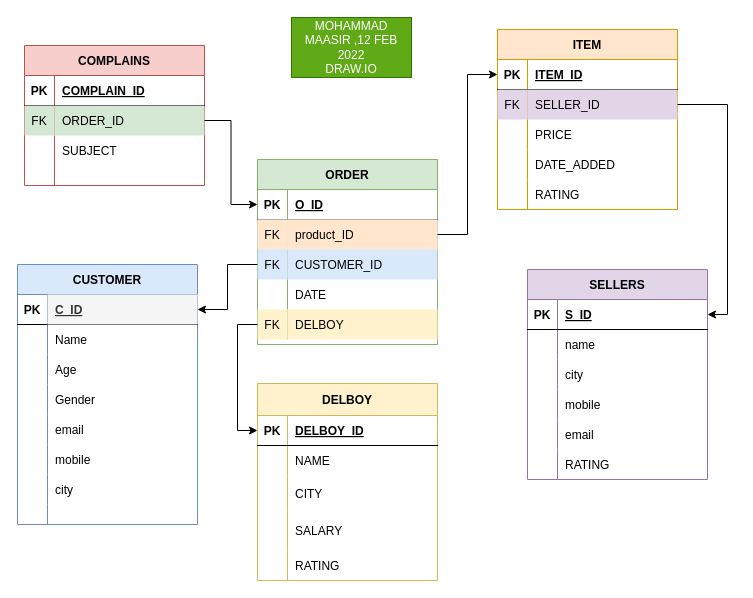
Before: Untitled Diagram.drawio in maasir554/maasir554, a draw.io diagram. Source tidied: cells renumbered, new cells numbered last; positions are measured from the earlier drawing's top-left corner, leaving out a move shared by most shapes. Both pictures are drawn from the tidied source at 100%, with x=0, y=0 at pixel (17, 17).
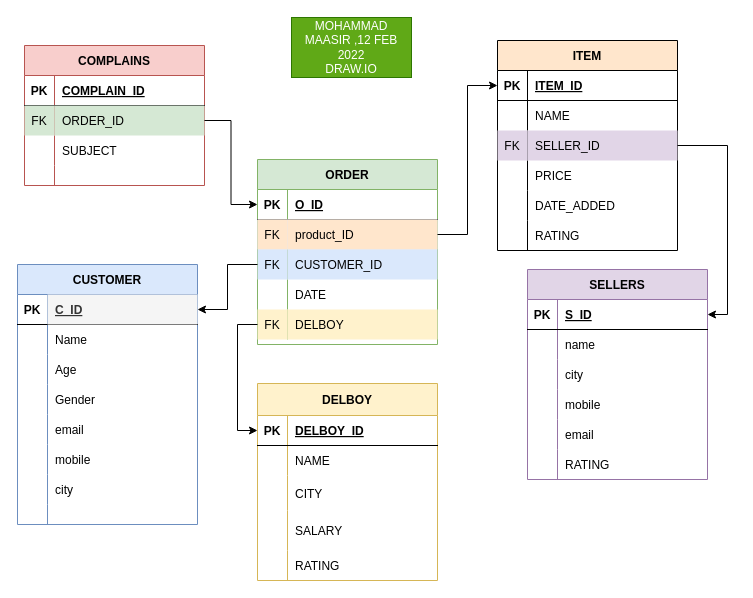
The same page after the edit.

Unchanged cells that the change refers to:
```xml
<mxCell id="63" style="shape=tableRow;horizontal=0;startSize=0;swimlaneHead=0;swimlaneBody=0;fillColor=none;points=[[0,0.5],[1,0.5]];portConstraint=eastwest;top=0;left=0;right=0;bottom=1;" parent="62" vertex="1">
  <mxGeometry y="30" width="180" height="30" as="geometry" />
</mxCell>
```

Change to the diagram source:
```diff
@@
-    <mxCell id="62" value="ITEM" style="shape=table;startSize=30;childLayout=tableLayout;rowLines=0;fontStyle=1;align=center;fillColor=#ffe6cc;strokeColor=#d79b00;" parent="1" vertex="1">
-      <mxGeometry x="480" y="12" width="180" height="180" as="geometry" />
+    <mxCell id="62" value="ITEM" style="shape=table;startSize=30;childLayout=tableLayout;rowLines=0;fontStyle=1;align=center;fillColor=#ffe6cc;strokeColor=default;" parent="1" vertex="1">
+      <mxGeometry x="480" y="23" width="180" height="210" as="geometry" />
     </mxCell>
@@
+    <mxCell id="115" style="shape=tableRow;horizontal=0;startSize=0;swimlaneHead=0;swimlaneBody=0;fillColor=none;top=0;left=0;right=0;bottom=0;strokeColor=default;" parent="62" vertex="1">
+      <mxGeometry y="60" width="180" height="30" as="geometry" />
+    </mxCell>
+    <mxCell id="116" style="shape=partialRectangle;fillColor=none;top=0;left=0;bottom=0;right=0;overflow=hidden;strokeColor=default;" parent="115" vertex="1">
+      <mxGeometry width="30" height="30" as="geometry" />
+    </mxCell>
+    <mxCell id="117" value="NAME" style="shape=partialRectangle;fillColor=none;top=0;left=0;bottom=0;right=0;align=left;spacingLeft=6;overflow=hidden;strokeColor=default;" parent="115" vertex="1">
+      <mxGeometry x="30" width="150" height="30" as="geometry" />
+    </mxCell>
     <mxCell id="66" style="shape=tableRow;horizontal=0;startSize=0;swimlaneHead=0;swimlaneBody=0;fillColor=none;points=[[0,0.5],[1,0.5]];portConstraint=eastwest;top=0;left=0;right=0;bottom=0;" parent="62" vertex="1">
-      <mxGeometry y="60" width="180" height="30" as="geometry" />
+      <mxGeometry y="90" width="180" height="30" as="geometry" />
     </mxCell>
@@
     <mxCell id="69" style="shape=tableRow;horizontal=0;startSize=0;swimlaneHead=0;swimlaneBody=0;fillColor=none;top=0;left=0;right=0;bottom=0;" parent="62" vertex="1">
-      <mxGeometry y="90" width="180" height="30" as="geometry" />
+      <mxGeometry y="120" width="180" height="30" as="geometry" />
     </mxCell>
@@
     <mxCell id="72" style="shape=tableRow;horizontal=0;startSize=0;swimlaneHead=0;swimlaneBody=0;fillColor=none;top=0;left=0;right=0;bottom=0;" parent="62" vertex="1">
-      <mxGeometry y="120" width="180" height="30" as="geometry" />
+      <mxGeometry y="150" width="180" height="30" as="geometry" />
     </mxCell>
@@
+    <mxCell id="78" style="edgeStyle=orthogonalEdgeStyle;rounded=0;orthogonalLoop=1;jettySize=auto;html=1;exitX=1;exitY=0.5;exitDx=0;exitDy=0;" parent="62" edge="1" source="63" target="63">
+      <mxGeometry relative="1" as="geometry" />
+    </mxCell>
+    <mxCell id="79" style="edgeStyle=orthogonalEdgeStyle;rounded=0;orthogonalLoop=1;jettySize=auto;html=1;exitX=1;exitY=0.5;exitDx=0;exitDy=0;" parent="62" edge="1" source="63" target="63">
+      <mxGeometry relative="1" as="geometry" />
+    </mxCell>
     <mxCell id="75" style="shape=tableRow;horizontal=0;startSize=0;swimlaneHead=0;swimlaneBody=0;fillColor=none;top=0;left=0;right=0;bottom=0;" parent="62" vertex="1">
-      <mxGeometry y="150" width="180" height="30" as="geometry" />
+      <mxGeometry y="180" width="180" height="30" as="geometry" />
     </mxCell>
@@
-    <mxCell id="77" value="RATING" style="shape=partialRectangle;fillColor=none;top=0;left=0;bottom=0;right=0;align=left;spacingLeft=6;overflow=hidden;" parent="75" vertex="1">
+    <mxCell id="77" value="RATING" style="shape=partialRectangle;fillColor=none;top=0;left=0;bottom=0;right=0;align=left;spacingLeft=6;overflow=hidden;strokeColor=none;" parent="75" vertex="1">
       <mxGeometry x="30" width="150" height="30" as="geometry" />
     </mxCell>
-    <mxCell id="78" style="edgeStyle=orthogonalEdgeStyle;rounded=0;orthogonalLoop=1;jettySize=auto;html=1;exitX=1;exitY=0.5;exitDx=0;exitDy=0;" parent="62" edge="1" source="63" target="63">
-      <mxGeometry relative="1" as="geometry" />
-    </mxCell>
-    <mxCell id="79" style="edgeStyle=orthogonalEdgeStyle;rounded=0;orthogonalLoop=1;jettySize=auto;html=1;exitX=1;exitY=0.5;exitDx=0;exitDy=0;" parent="62" edge="1" source="63" target="63">
-      <mxGeometry relative="1" as="geometry" />
-    </mxCell>
```
